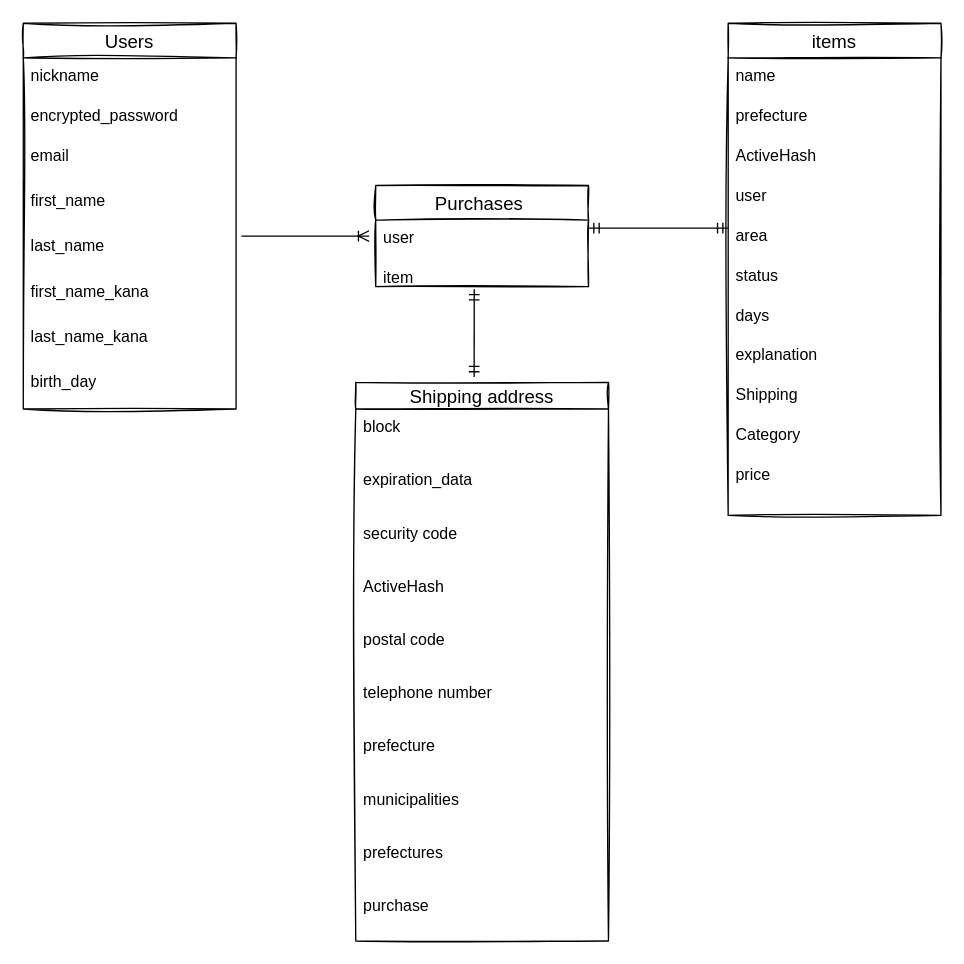
This is test.dio from hiroki917/furima-36021, a draw.io file, before an edit. Source tidied: cells renumbered, new cells numbered last; positions are measured from the earlier drawing's top-left corner, leaving out a move shared by most shapes. Both pictures are drawn from the tidied source at 133%, with x=0, y=0 at pixel (23, 23).
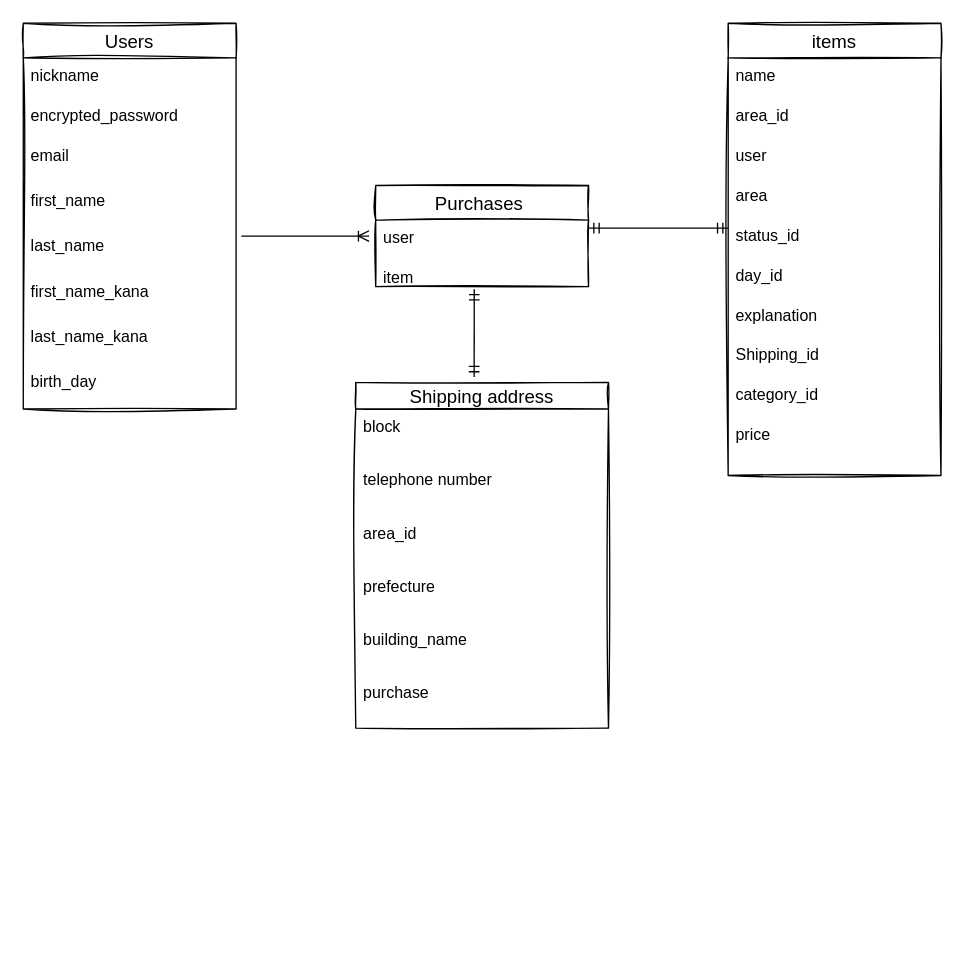
Above is the later version.

Commit message (it also covers changes not shown here):
データーベース設計３

Diff of the diagram source:
```diff
@@
     <mxCell id="11" value="items" style="swimlane;fontStyle=0;horizontal=1;startSize=26;align=center;fontSize=14;sketch=1;" parent="1" vertex="1">
-      <mxGeometry x="530" width="160" height="370" as="geometry" />
+      <mxGeometry x="530" width="160" height="340" as="geometry" />
     </mxCell>
@@
-    <mxCell id="13" value="prefecture" style="text;strokeColor=none;fillColor=none;spacingLeft=4;spacingRight=4;overflow=hidden;fontSize=12;" parent="11" vertex="1">
+    <mxCell id="13" value="area_id" style="text;strokeColor=none;fillColor=none;spacingLeft=4;spacingRight=4;overflow=hidden;fontSize=12;" parent="11" vertex="1">
       <mxGeometry y="56" width="160" height="30" as="geometry" />
     </mxCell>
-    <mxCell id="14" value="ActiveHash" style="text;strokeColor=none;fillColor=none;spacingLeft=4;spacingRight=4;overflow=hidden;fontSize=12;" parent="11" vertex="1">
-      <mxGeometry y="86" width="160" height="30" as="geometry" />
-    </mxCell>
     <mxCell id="15" value="user" style="text;strokeColor=none;fillColor=none;spacingLeft=4;spacingRight=4;overflow=hidden;fontSize=12;" parent="11" vertex="1">
-      <mxGeometry y="116" width="160" height="30" as="geometry" />
+      <mxGeometry y="86" width="160" height="30" as="geometry" />
     </mxCell>
     <mxCell id="16" value="area " style="text;strokeColor=none;fillColor=none;spacingLeft=4;spacingRight=4;overflow=hidden;fontSize=12;" parent="11" vertex="1">
-      <mxGeometry y="146" width="160" height="30" as="geometry" />
+      <mxGeometry y="116" width="160" height="30" as="geometry" />
     </mxCell>
-    <mxCell id="17" value="status" style="text;strokeColor=none;fillColor=none;spacingLeft=4;spacingRight=4;overflow=hidden;fontSize=12;" parent="11" vertex="1">
-      <mxGeometry y="176" width="160" height="30" as="geometry" />
+    <mxCell id="17" value="status_id" style="text;strokeColor=none;fillColor=none;spacingLeft=4;spacingRight=4;overflow=hidden;fontSize=12;" parent="11" vertex="1">
+      <mxGeometry y="146" width="160" height="30" as="geometry" />
     </mxCell>
-    <mxCell id="18" value="days" style="text;strokeColor=none;fillColor=none;spacingLeft=4;spacingRight=4;overflow=hidden;fontSize=12;" parent="11" vertex="1">
-      <mxGeometry y="206" width="160" height="30" as="geometry" />
+    <mxCell id="18" value="day_id" style="text;strokeColor=none;fillColor=none;spacingLeft=4;spacingRight=4;overflow=hidden;fontSize=12;" parent="11" vertex="1">
+      <mxGeometry y="176" width="160" height="30" as="geometry" />
     </mxCell>
     <mxCell id="19" value="explanation" style="text;strokeColor=none;fillColor=none;spacingLeft=4;spacingRight=4;overflow=hidden;fontSize=12;" parent="11" vertex="1">
-      <mxGeometry y="236" width="160" height="30" as="geometry" />
+      <mxGeometry y="206" width="160" height="30" as="geometry" />
     </mxCell>
-    <mxCell id="20" value="Shipping" style="text;strokeColor=none;fillColor=none;spacingLeft=4;spacingRight=4;overflow=hidden;fontSize=12;" parent="11" vertex="1">
-      <mxGeometry y="266" width="160" height="30" as="geometry" />
+    <mxCell id="20" value="Shipping_id" style="text;strokeColor=none;fillColor=none;spacingLeft=4;spacingRight=4;overflow=hidden;fontSize=12;" parent="11" vertex="1">
+      <mxGeometry y="236" width="160" height="30" as="geometry" />
     </mxCell>
-    <mxCell id="21" value="Category" style="text;strokeColor=none;fillColor=none;spacingLeft=4;spacingRight=4;overflow=hidden;fontSize=12;" parent="11" vertex="1">
-      <mxGeometry y="296" width="160" height="30" as="geometry" />
+    <mxCell id="21" value="category_id" style="text;strokeColor=none;fillColor=none;spacingLeft=4;spacingRight=4;overflow=hidden;fontSize=12;" parent="11" vertex="1">
+      <mxGeometry y="266" width="160" height="30" as="geometry" />
     </mxCell>
     <mxCell id="22" value="price" style="text;strokeColor=none;fillColor=none;spacingLeft=4;spacingRight=4;overflow=hidden;fontSize=12;" parent="11" vertex="1">
-      <mxGeometry y="326" width="160" height="44" as="geometry" />
+      <mxGeometry y="296" width="160" height="44" as="geometry" />
     </mxCell>
@@
     <mxCell id="26" value="Shipping address" style="swimlane;fontStyle=0;horizontal=1;startSize=20;align=center;fontSize=14;sketch=1;" parent="1" vertex="1">
-      <mxGeometry x="250" y="270" width="190" height="420" as="geometry" />
+      <mxGeometry x="250" y="270" width="190" height="260" as="geometry" />
     </mxCell>
@@
-    <mxCell id="28" value="expiration_data" style="text;strokeColor=none;fillColor=none;spacingLeft=4;spacingRight=4;overflow=hidden;fontSize=12;" parent="26" vertex="1">
-      <mxGeometry y="60" width="190" height="40" as="geometry" />
-    </mxCell>
-    <mxCell id="29" value="security code" style="text;strokeColor=none;fillColor=none;spacingLeft=4;spacingRight=4;overflow=hidden;fontSize=12;" parent="26" vertex="1">
-      <mxGeometry y="100" width="190" height="40" as="geometry" />
-    </mxCell>
-    <mxCell id="30" value="ActiveHash" style="text;strokeColor=none;fillColor=none;spacingLeft=4;spacingRight=4;overflow=hidden;fontSize=12;" parent="26" vertex="1">
-      <mxGeometry y="140" width="190" height="40" as="geometry" />
-    </mxCell>
-    <mxCell id="31" value="postal code" style="text;strokeColor=none;fillColor=none;spacingLeft=4;spacingRight=4;overflow=hidden;fontSize=12;" parent="26" vertex="1">
-      <mxGeometry y="180" width="190" height="40" as="geometry" />
-    </mxCell>
+    <mxCell id="40" value="telephone number" style="text;strokeColor=none;fillColor=none;spacingLeft=4;spacingRight=4;overflow=hidden;fontSize=12;" parent="26" vertex="1">
+      <mxGeometry y="60" width="190" height="40" as="geometry" />
+    </mxCell>
-    <mxCell id="32" value="telephone number" style="text;strokeColor=none;fillColor=none;spacingLeft=4;spacingRight=4;overflow=hidden;fontSize=12;" parent="26" vertex="1">
-      <mxGeometry y="220" width="190" height="40" as="geometry" />
+    <mxCell id="32" value="area_id" style="text;strokeColor=none;fillColor=none;spacingLeft=4;spacingRight=4;overflow=hidden;fontSize=12;" parent="26" vertex="1">
+      <mxGeometry y="100" width="190" height="40" as="geometry" />
     </mxCell>
     <mxCell id="33" value="prefecture" style="text;strokeColor=none;fillColor=none;spacingLeft=4;spacingRight=4;overflow=hidden;fontSize=12;" parent="26" vertex="1">
-      <mxGeometry y="260" width="190" height="40" as="geometry" />
+      <mxGeometry y="140" width="190" height="40" as="geometry" />
     </mxCell>
-    <mxCell id="34" value="municipalities" style="text;strokeColor=none;fillColor=none;spacingLeft=4;spacingRight=4;overflow=hidden;fontSize=12;" parent="26" vertex="1">
-      <mxGeometry y="300" width="190" height="40" as="geometry" />
-    </mxCell>
-    <mxCell id="35" value="prefectures" style="text;strokeColor=none;fillColor=none;spacingLeft=4;spacingRight=4;overflow=hidden;fontSize=12;" parent="26" vertex="1">
-      <mxGeometry y="340" width="190" height="40" as="geometry" />
+    <mxCell id="35" value="building_name" style="text;strokeColor=none;fillColor=none;spacingLeft=4;spacingRight=4;overflow=hidden;fontSize=12;" parent="26" vertex="1">
+      <mxGeometry y="180" width="190" height="40" as="geometry" />
     </mxCell>
     <mxCell id="36" value="purchase" style="text;strokeColor=none;fillColor=none;spacingLeft=4;spacingRight=4;overflow=hidden;fontSize=12;" parent="26" vertex="1">
-      <mxGeometry y="380" width="190" height="40" as="geometry" />
+      <mxGeometry y="220" width="190" height="40" as="geometry" />
     </mxCell>
```
